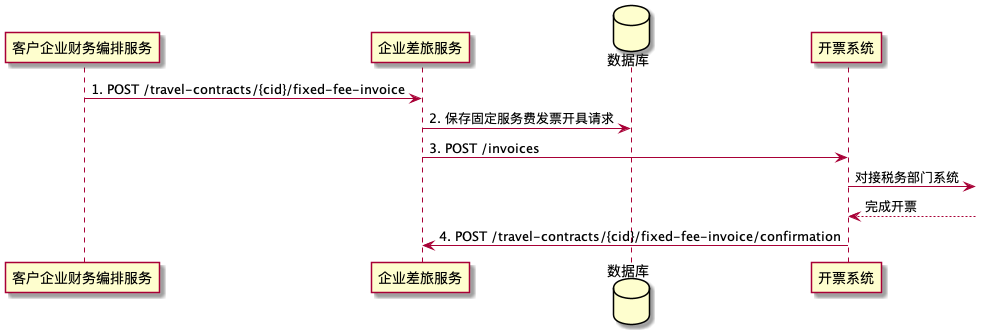
Before: images/APbefore/APbefore.png, a diagram exported from PlantUML (deesyx/heima). Source of this version:
```plantuml
@startuml

participant 客户企业财务编排服务 as f
participant 企业差旅服务 as t
database 数据库 as db
participant 开票系统 as u

f -> t: 1. POST /travel-contracts/{cid}/fixed-fee-invoice
t -> db: 2. 保存固定服务费发票开具请求
t -> u: 3. POST /invoices
u -> : 对接税务部门系统
u <-- : 完成开票
u -> t: 4. POST /travel-contracts/{cid}/fixed-fee-invoice/confirmation

@enduml
```
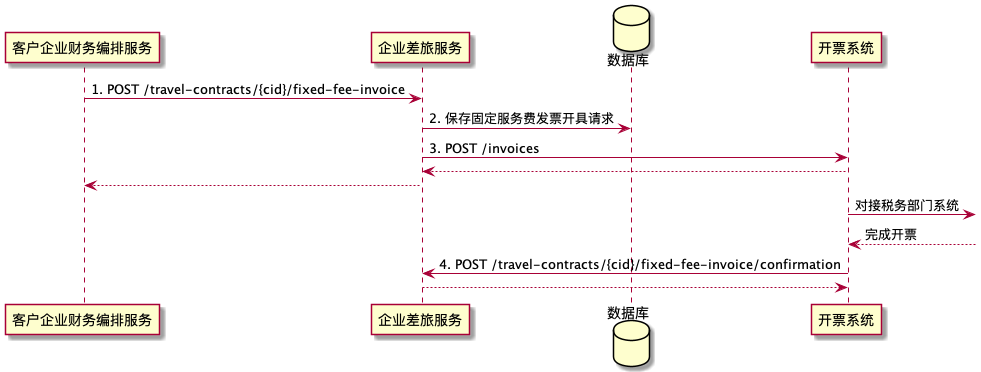
Above is the later version.

Diff of the diagram source:
```diff
@@ -8,8 +8,11 @@
 f -> t: 1. POST /travel-contracts/{cid}/fixed-fee-invoice
 t -> db: 2. 保存固定服务费发票开具请求
 t -> u: 3. POST /invoices
+u --> t
+t --> f
 u -> : 对接税务部门系统
 u <-- : 完成开票
 u -> t: 4. POST /travel-contracts/{cid}/fixed-fee-invoice/confirmation
+t --> u
 
 @enduml
```
